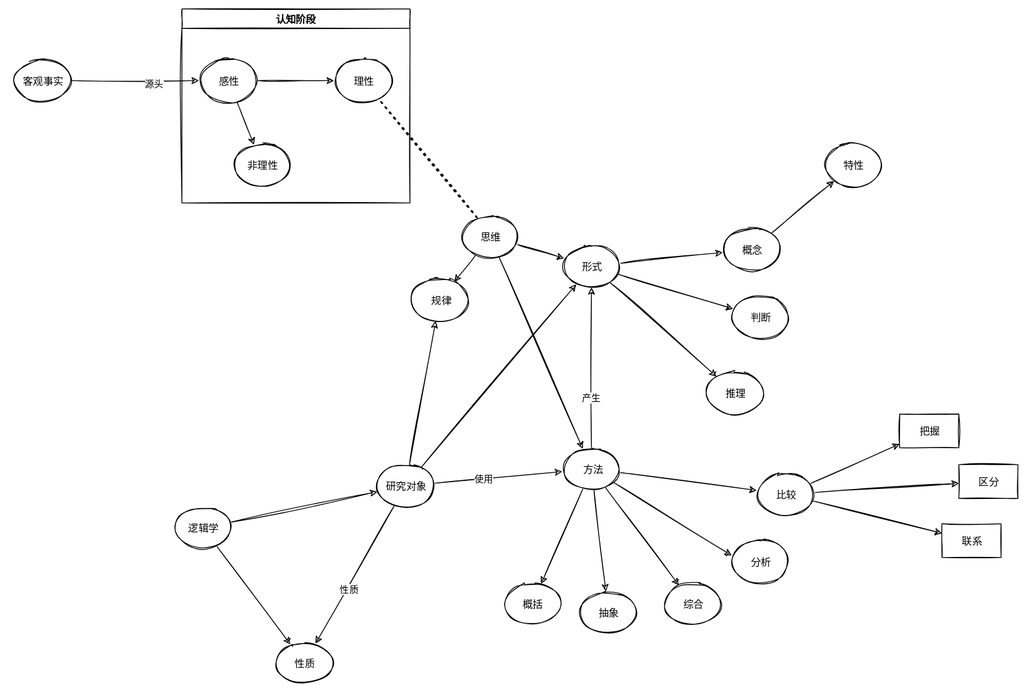
Earlier version of the draw.io export 笔记/工具/哲学/Untitled Diagram.svg (Echo-Yanglulu/obsidianPrivateNote). Source tidied: cells renumbered, new cells last; positions are measured from the earlier drawing's top-left corner, leaving out a move shared by most shapes.
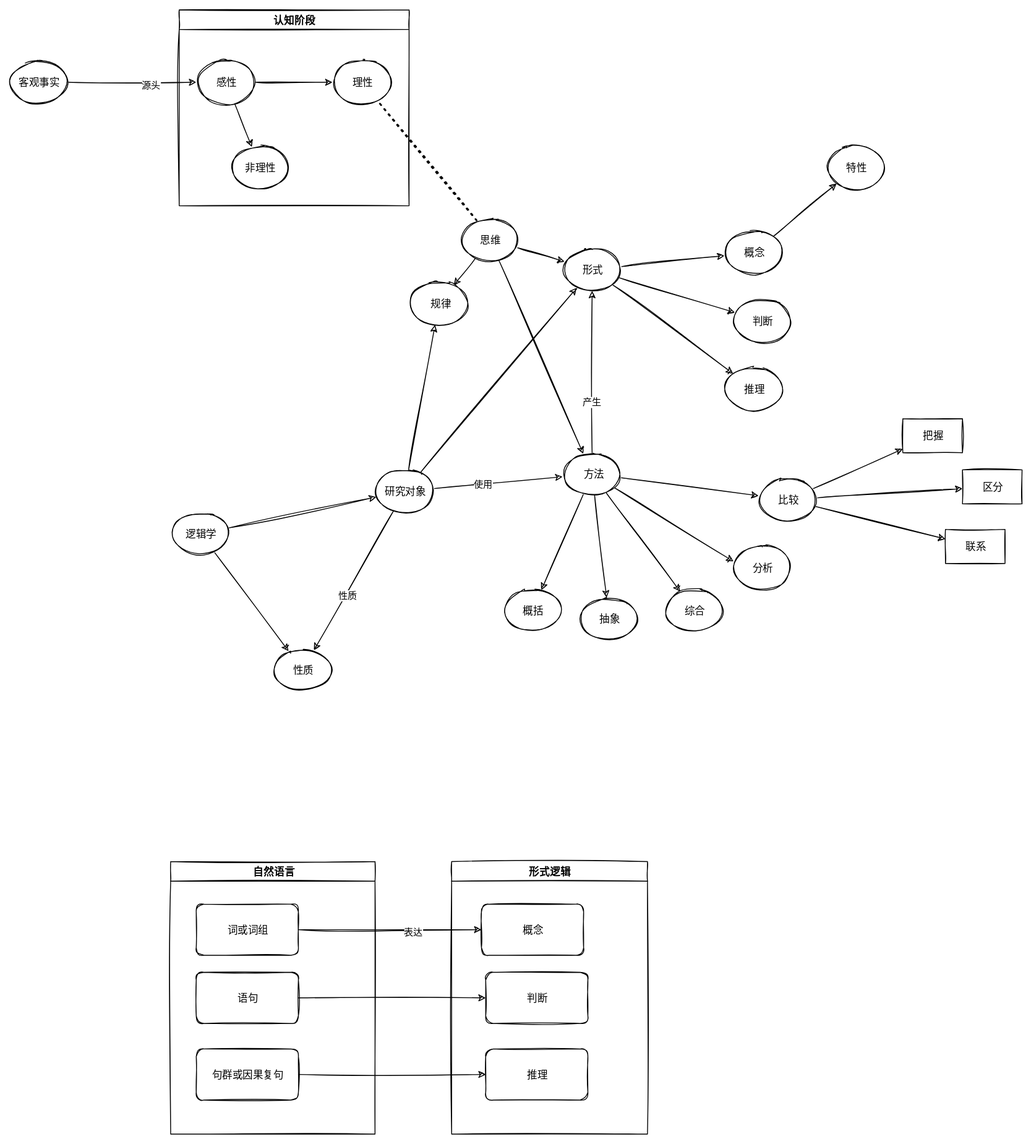
After the change.

Change to the diagram source:
```diff
@@ -99,7 +99,7 @@
       <mxGeometry x="840" y="260" width="70" height="50" as="geometry" />
     </mxCell>
     <mxCell id="34" value="推理" style="ellipse;whiteSpace=wrap;html=1;" parent="1" vertex="1">
-      <mxGeometry x="820" y="430" width="70" height="50" as="geometry" />
+      <mxGeometry x="840" y="420" width="70" height="50" as="geometry" />
     </mxCell>
     <mxCell id="35" value="判断" style="ellipse;whiteSpace=wrap;html=1;" parent="1" vertex="1">
       <mxGeometry x="850" y="340" width="70" height="50" as="geometry" />
@@ -164,5 +164,41 @@
     <mxCell id="55" value="性质" style="ellipse;whiteSpace=wrap;html=1;" parent="1" vertex="1">
       <mxGeometry x="310" y="750" width="70" height="50" as="geometry" />
     </mxCell>
+    <mxCell id="56" value=" 自然语言" style="swimlane;" parent="1" vertex="1">
+      <mxGeometry x="190" y="1000" width="240" height="320" as="geometry" />
+    </mxCell>
+    <mxCell id="57" value="词或词组" style="rounded=1;whiteSpace=wrap;html=1;" parent="56" vertex="1">
+      <mxGeometry x="30" y="50" width="120" height="60" as="geometry" />
+    </mxCell>
+    <mxCell id="58" value="语句" style="rounded=1;whiteSpace=wrap;html=1;" parent="56" vertex="1">
+      <mxGeometry x="30" y="130" width="120" height="60" as="geometry" />
+    </mxCell>
+    <mxCell id="59" value="句群或因果复句" style="rounded=1;whiteSpace=wrap;html=1;" parent="56" vertex="1">
+      <mxGeometry x="30" y="220" width="120" height="60" as="geometry" />
+    </mxCell>
+    <mxCell id="60" value="形式逻辑" style="swimlane;" parent="1" vertex="1">
+      <mxGeometry x="520" y="1000" width="230" height="320" as="geometry" />
+    </mxCell>
+    <mxCell id="61" value="判断" style="rounded=1;whiteSpace=wrap;html=1;" parent="60" vertex="1">
+      <mxGeometry x="40" y="130" width="120" height="60" as="geometry" />
+    </mxCell>
+    <mxCell id="62" value="推理" style="rounded=1;whiteSpace=wrap;html=1;" parent="60" vertex="1">
+      <mxGeometry x="40" y="220" width="120" height="60" as="geometry" />
+    </mxCell>
+    <mxCell id="63" value="概念" style="rounded=1;whiteSpace=wrap;html=1;" parent="60" vertex="1">
+      <mxGeometry x="35" y="50" width="120" height="60" as="geometry" />
+    </mxCell>
+    <mxCell id="64" style="edgeStyle=none;html=1;" parent="1" edge="1" source="57" target="63">
+      <mxGeometry relative="1" as="geometry" />
+    </mxCell>
+    <mxCell id="65" value="表达" style="edgeLabel;html=1;align=center;verticalAlign=middle;" parent="64" vertex="1">
+      <mxGeometry x="0.25" y="-2" relative="1" as="geometry" />
+    </mxCell>
+    <mxCell id="66" style="edgeStyle=none;html=1;" parent="1" edge="1" source="58" target="61">
+      <mxGeometry relative="1" as="geometry" />
+    </mxCell>
+    <mxCell id="67" style="edgeStyle=none;html=1;" parent="1" edge="1" source="59" target="62">
+      <mxGeometry relative="1" as="geometry" />
+    </mxCell>
   </root>
 </mxGraphModel>
```
